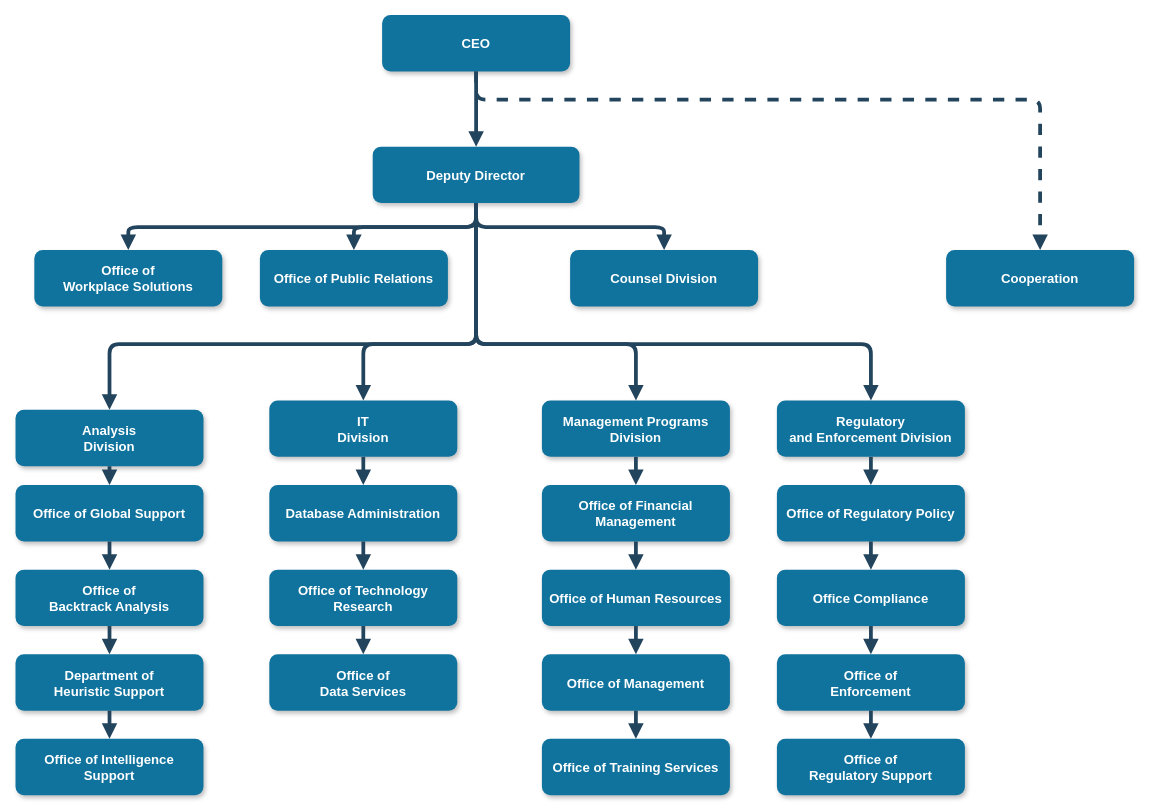
Above: Untitled Diagram.drawio in ducprox0103/ducprox0103.github.io (draw.io), before the change. Source tidied: cells renumbered, new cells numbered last; positions are measured from the earlier drawing's top-left corner, leaving out a move shared by most shapes. Both pictures are drawn from the tidied source at 94%, with x=0, y=0 at pixel (15, 15).
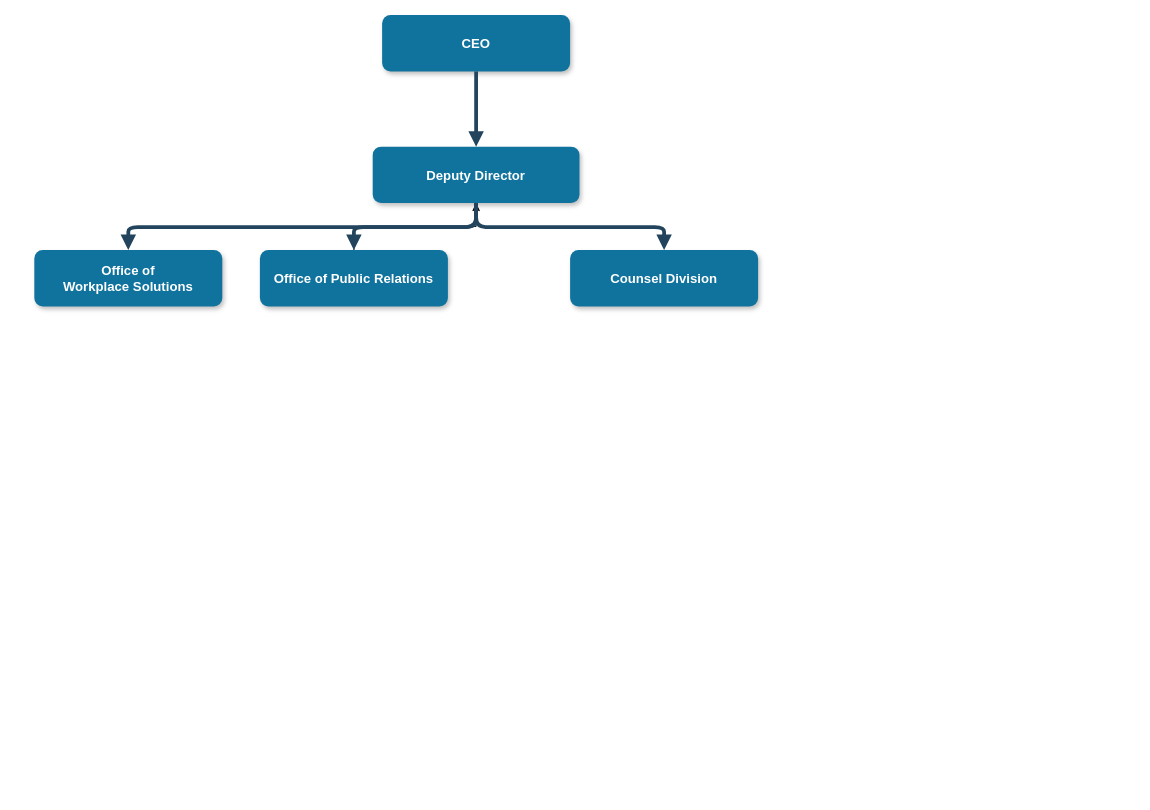
After the change.

Unchanged cells that the change refers to:
```xml
<mxCell id="2" value="CEO" style="rounded=1;fillColor=#10739E;strokeColor=none;shadow=1;gradientColor=none;fontStyle=1;fontColor=#FFFFFF;fontSize=14;" parent="1" vertex="1">
  <mxGeometry x="390" y="-0.5" width="200" height="60" as="geometry" />
</mxCell>
<mxCell id="3" value="Deputy Director" style="rounded=1;fillColor=#10739E;strokeColor=none;shadow=1;gradientColor=none;fontStyle=1;fontColor=#FFFFFF;fontSize=14;" parent="1" vertex="1">
  <mxGeometry x="380" y="139.5" width="220" height="60" as="geometry" />
</mxCell>
<mxCell id="5" value="Office of Public Relations" style="rounded=1;fillColor=#10739E;strokeColor=none;shadow=1;gradientColor=none;fontStyle=1;fontColor=#FFFFFF;fontSize=14;" parent="1" vertex="1">
  <mxGeometry x="260" y="249.5" width="200" height="60" as="geometry" />
</mxCell>
```

What changed in the source:
```diff
@@
+    <mxCell id="51" style="edgeStyle=orthogonalEdgeStyle;rounded=0;jettySize=auto;html=1;" parent="1" edge="1" source="5" target="3">
+      <mxGeometry relative="1" as="geometry" />
+    </mxCell>
@@
-    <mxCell id="7" value="Cooperation" style="rounded=1;fillColor=#10739E;strokeColor=none;shadow=1;gradientColor=none;fontStyle=1;fontColor=#FFFFFF;fontSize=14;" parent="1" vertex="1">
-      <mxGeometry x="990" y="249.5" width="200" height="60" as="geometry" />
-    </mxCell>
-    <mxCell id="8" value="Analysis &#10;Division" style="rounded=1;fillColor=#10739E;strokeColor=none;shadow=1;gradientColor=none;fontStyle=1;fontColor=#FFFFFF;fontSize=14;" parent="1" vertex="1">
-      <mxGeometry y="419.5" width="200" height="60" as="geometry" />
-    </mxCell>
-    <mxCell id="9" value="Office of Global Support" style="rounded=1;fillColor=#10739E;strokeColor=none;shadow=1;gradientColor=none;fontStyle=1;fontColor=#FFFFFF;fontSize=14;" parent="1" vertex="1">
-      <mxGeometry y="499.5" width="200" height="60" as="geometry" />
-    </mxCell>
-    <mxCell id="10" value="Office of &#10;Backtrack Analysis" style="rounded=1;fillColor=#10739E;strokeColor=none;shadow=1;gradientColor=none;fontStyle=1;fontColor=#FFFFFF;fontSize=14;" parent="1" vertex="1">
-      <mxGeometry y="589.5" width="200" height="60" as="geometry" />
-    </mxCell>
-    <mxCell id="11" value="Department of &#10;Heuristic Support" style="rounded=1;fillColor=#10739E;strokeColor=none;shadow=1;gradientColor=none;fontStyle=1;fontColor=#FFFFFF;fontSize=14;" parent="1" vertex="1">
-      <mxGeometry y="679.5" width="200" height="60" as="geometry" />
-    </mxCell>
-    <mxCell id="12" value="Office of Intelligence &#10;Support" style="rounded=1;fillColor=#10739E;strokeColor=none;shadow=1;gradientColor=none;fontStyle=1;fontColor=#FFFFFF;fontSize=14;" parent="1" vertex="1">
-      <mxGeometry y="769.5" width="200" height="60" as="geometry" />
-    </mxCell>
-    <mxCell id="13" value="IT&#10;Division" style="rounded=1;fillColor=#10739E;strokeColor=none;shadow=1;gradientColor=none;fontStyle=1;fontColor=#FFFFFF;fontSize=14;" parent="1" vertex="1">
-      <mxGeometry x="270" y="409.5" width="200" height="60" as="geometry" />
-    </mxCell>
-    <mxCell id="14" value="Database Administration" style="rounded=1;fillColor=#10739E;strokeColor=none;shadow=1;gradientColor=none;fontStyle=1;fontColor=#FFFFFF;fontSize=14;" parent="1" vertex="1">
-      <mxGeometry x="270" y="499.5" width="200" height="60" as="geometry" />
-    </mxCell>
-    <mxCell id="15" value="Office of Technology &#10;Research" style="rounded=1;fillColor=#10739E;strokeColor=none;shadow=1;gradientColor=none;fontStyle=1;fontColor=#FFFFFF;fontSize=14;" parent="1" vertex="1">
-      <mxGeometry x="270" y="589.5" width="200" height="60" as="geometry" />
-    </mxCell>
-    <mxCell id="16" value="Office of&#10;Data Services" style="rounded=1;fillColor=#10739E;strokeColor=none;shadow=1;gradientColor=none;fontStyle=1;fontColor=#FFFFFF;fontSize=14;" parent="1" vertex="1">
-      <mxGeometry x="270" y="679.5" width="200" height="60" as="geometry" />
-    </mxCell>
-    <mxCell id="17" value="Management Programs &#10;Division" style="rounded=1;fillColor=#10739E;strokeColor=none;shadow=1;gradientColor=none;fontStyle=1;fontColor=#FFFFFF;fontSize=14;" parent="1" vertex="1">
-      <mxGeometry x="560" y="409.5" width="200" height="60" as="geometry" />
-    </mxCell>
-    <mxCell id="18" value="Office of Financial &#10;Management" style="rounded=1;fillColor=#10739E;strokeColor=none;shadow=1;gradientColor=none;fontStyle=1;fontColor=#FFFFFF;fontSize=14;" parent="1" vertex="1">
-      <mxGeometry x="560" y="499.5" width="200" height="60" as="geometry" />
-    </mxCell>
-    <mxCell id="19" value="Office of Human Resources" style="rounded=1;fillColor=#10739E;strokeColor=none;shadow=1;gradientColor=none;fontStyle=1;fontColor=#FFFFFF;fontSize=14;" parent="1" vertex="1">
-      <mxGeometry x="560" y="589.5" width="200" height="60" as="geometry" />
-    </mxCell>
-    <mxCell id="20" value="Office of Management " style="rounded=1;fillColor=#10739E;strokeColor=none;shadow=1;gradientColor=none;fontStyle=1;fontColor=#FFFFFF;fontSize=14;" parent="1" vertex="1">
-      <mxGeometry x="560" y="679.5" width="200" height="60" as="geometry" />
-    </mxCell>
-    <mxCell id="21" value="Office of Training Services" style="rounded=1;fillColor=#10739E;strokeColor=none;shadow=1;gradientColor=none;fontStyle=1;fontColor=#FFFFFF;fontSize=14;" parent="1" vertex="1">
-      <mxGeometry x="560" y="769.5" width="200" height="60" as="geometry" />
-    </mxCell>
-    <mxCell id="22" value="Regulatory &#10;and Enforcement Division" style="rounded=1;fillColor=#10739E;strokeColor=none;shadow=1;gradientColor=none;fontStyle=1;fontColor=#FFFFFF;fontSize=14;" parent="1" vertex="1">
-      <mxGeometry x="810" y="409.5" width="200" height="60" as="geometry" />
-    </mxCell>
-    <mxCell id="23" value="Office of Regulatory Policy" style="rounded=1;fillColor=#10739E;strokeColor=none;shadow=1;gradientColor=none;fontStyle=1;fontColor=#FFFFFF;fontSize=14;" parent="1" vertex="1">
-      <mxGeometry x="810" y="499.5" width="200" height="60" as="geometry" />
-    </mxCell>
-    <mxCell id="24" value="Office Compliance" style="rounded=1;fillColor=#10739E;strokeColor=none;shadow=1;gradientColor=none;fontStyle=1;fontColor=#FFFFFF;fontSize=14;" parent="1" vertex="1">
-      <mxGeometry x="810" y="589.5" width="200" height="60" as="geometry" />
-    </mxCell>
-    <mxCell id="25" value="Office of &#10;Enforcement" style="rounded=1;fillColor=#10739E;strokeColor=none;shadow=1;gradientColor=none;fontStyle=1;fontColor=#FFFFFF;fontSize=14;" parent="1" vertex="1">
-      <mxGeometry x="810" y="679.5" width="200" height="60" as="geometry" />
-    </mxCell>
-    <mxCell id="26" value="Office of&#10; Regulatory Support" style="rounded=1;fillColor=#10739E;strokeColor=none;shadow=1;gradientColor=none;fontStyle=1;fontColor=#FFFFFF;fontSize=14;" parent="1" vertex="1">
-      <mxGeometry x="810" y="769.5" width="200" height="60" as="geometry" />
-    </mxCell>
@@
-    <mxCell id="31" style="edgeStyle=elbowEdgeStyle;elbow=vertical;strokeWidth=4;endArrow=block;endFill=1;fontStyle=1;dashed=1;strokeColor=#23445D;" parent="1" edge="1" source="2" target="7">
-      <mxGeometry x="22" y="165.5" as="geometry">
-        <Array as="points">
-          <mxPoint x="780" y="89.5" />
-        </Array>
-      </mxGeometry>
-    </mxCell>
-    <mxCell id="32" style="edgeStyle=elbowEdgeStyle;elbow=vertical;strokeWidth=4;endArrow=block;endFill=1;fontStyle=1;strokeColor=#23445D;" parent="1" edge="1" source="3" target="8">
-      <mxGeometry x="22" y="165.5" as="geometry">
-        <Array as="points">
-          <mxPoint x="270" y="349.5" />
-        </Array>
-      </mxGeometry>
-    </mxCell>
-    <mxCell id="33" style="edgeStyle=elbowEdgeStyle;elbow=vertical;strokeWidth=4;endArrow=block;endFill=1;fontStyle=1;strokeColor=#23445D;" parent="1" edge="1" source="3" target="22">
-      <mxGeometry x="22" y="165.5" as="geometry">
-        <Array as="points">
-          <mxPoint x="690" y="349.5" />
-        </Array>
-      </mxGeometry>
-    </mxCell>
-    <mxCell id="34" style="edgeStyle=elbowEdgeStyle;elbow=vertical;strokeWidth=4;endArrow=block;endFill=1;fontStyle=1;strokeColor=#23445D;" parent="1" edge="1" source="8" target="9">
-      <mxGeometry x="62" y="165.5" as="geometry" />
-    </mxCell>
-    <mxCell id="35" style="edgeStyle=elbowEdgeStyle;elbow=vertical;strokeWidth=4;endArrow=block;endFill=1;fontStyle=1;strokeColor=#23445D;" parent="1" edge="1" source="9" target="10">
-      <mxGeometry x="62" y="175.5" as="geometry" />
-    </mxCell>
-    <mxCell id="36" style="edgeStyle=elbowEdgeStyle;elbow=vertical;strokeWidth=4;endArrow=block;endFill=1;fontStyle=1;strokeColor=#23445D;" parent="1" edge="1" source="10" target="11">
-      <mxGeometry x="62" y="185.5" as="geometry" />
-    </mxCell>
-    <mxCell id="37" style="edgeStyle=elbowEdgeStyle;elbow=vertical;strokeWidth=4;endArrow=block;endFill=1;fontStyle=1;strokeColor=#23445D;" parent="1" edge="1" source="11" target="12">
-      <mxGeometry x="62" y="195.5" as="geometry" />
-    </mxCell>
-    <mxCell id="38" style="edgeStyle=elbowEdgeStyle;elbow=vertical;strokeWidth=4;endArrow=block;endFill=1;fontStyle=1;strokeColor=#23445D;" parent="1" edge="1" source="13" target="14">
-      <mxGeometry x="62" y="165.5" as="geometry" />
-    </mxCell>
-    <mxCell id="39" style="edgeStyle=elbowEdgeStyle;elbow=vertical;strokeWidth=4;endArrow=block;endFill=1;fontStyle=1;strokeColor=#23445D;" parent="1" edge="1" source="14" target="15">
-      <mxGeometry x="62" y="175.5" as="geometry" />
-    </mxCell>
-    <mxCell id="40" style="edgeStyle=elbowEdgeStyle;elbow=vertical;strokeWidth=4;endArrow=block;endFill=1;fontStyle=1;strokeColor=#23445D;" parent="1" edge="1" source="15" target="16">
-      <mxGeometry x="62" y="185.5" as="geometry" />
-    </mxCell>
-    <mxCell id="41" style="edgeStyle=elbowEdgeStyle;elbow=vertical;strokeWidth=4;endArrow=block;endFill=1;fontStyle=1;strokeColor=#23445D;" parent="1" edge="1" source="17" target="18">
-      <mxGeometry x="72" y="165.5" as="geometry" />
-    </mxCell>
-    <mxCell id="42" style="edgeStyle=elbowEdgeStyle;elbow=vertical;strokeWidth=4;endArrow=block;endFill=1;fontStyle=1;strokeColor=#23445D;" parent="1" edge="1" source="18" target="19">
-      <mxGeometry x="72" y="175.5" as="geometry" />
-    </mxCell>
-    <mxCell id="43" style="edgeStyle=elbowEdgeStyle;elbow=vertical;strokeWidth=4;endArrow=block;endFill=1;fontStyle=1;strokeColor=#23445D;" parent="1" edge="1" source="19" target="20">
-      <mxGeometry x="72" y="185.5" as="geometry" />
-    </mxCell>
-    <mxCell id="44" style="edgeStyle=elbowEdgeStyle;elbow=vertical;strokeWidth=4;endArrow=block;endFill=1;fontStyle=1;strokeColor=#23445D;" parent="1" edge="1" source="20" target="21">
-      <mxGeometry x="72" y="195.5" as="geometry" />
-    </mxCell>
-    <mxCell id="45" style="edgeStyle=elbowEdgeStyle;elbow=vertical;strokeWidth=4;endArrow=block;endFill=1;fontStyle=1;strokeColor=#23445D;" parent="1" edge="1" source="22" target="23">
-      <mxGeometry x="72" y="165.5" as="geometry" />
-    </mxCell>
-    <mxCell id="46" style="edgeStyle=elbowEdgeStyle;elbow=vertical;strokeWidth=4;endArrow=block;endFill=1;fontStyle=1;strokeColor=#23445D;" parent="1" edge="1" source="23" target="24">
-      <mxGeometry x="72" y="175.5" as="geometry" />
-    </mxCell>
-    <mxCell id="47" style="edgeStyle=elbowEdgeStyle;elbow=vertical;strokeWidth=4;endArrow=block;endFill=1;fontStyle=1;strokeColor=#23445D;" parent="1" edge="1" source="24" target="25">
-      <mxGeometry x="72" y="185.5" as="geometry" />
-    </mxCell>
-    <mxCell id="48" style="edgeStyle=elbowEdgeStyle;elbow=vertical;strokeWidth=4;endArrow=block;endFill=1;fontStyle=1;strokeColor=#23445D;" parent="1" edge="1" source="25" target="26">
-      <mxGeometry x="72" y="195.5" as="geometry" />
-    </mxCell>
-    <mxCell id="49" style="edgeStyle=elbowEdgeStyle;elbow=vertical;strokeWidth=4;endArrow=block;endFill=1;fontStyle=1;strokeColor=#23445D;" parent="1" edge="1" source="3" target="13">
-      <mxGeometry x="22" y="165.5" as="geometry">
-        <Array as="points">
-          <mxPoint x="370" y="349.5" />
-        </Array>
-      </mxGeometry>
-    </mxCell>
-    <mxCell id="50" style="edgeStyle=elbowEdgeStyle;elbow=vertical;strokeWidth=4;endArrow=block;endFill=1;fontStyle=1;strokeColor=#23445D;" parent="1" edge="1" source="3" target="17">
-      <mxGeometry x="22" y="165.5" as="geometry">
-        <Array as="points">
-          <mxPoint x="660" y="349.5" />
-        </Array>
-      </mxGeometry>
-    </mxCell>
```
